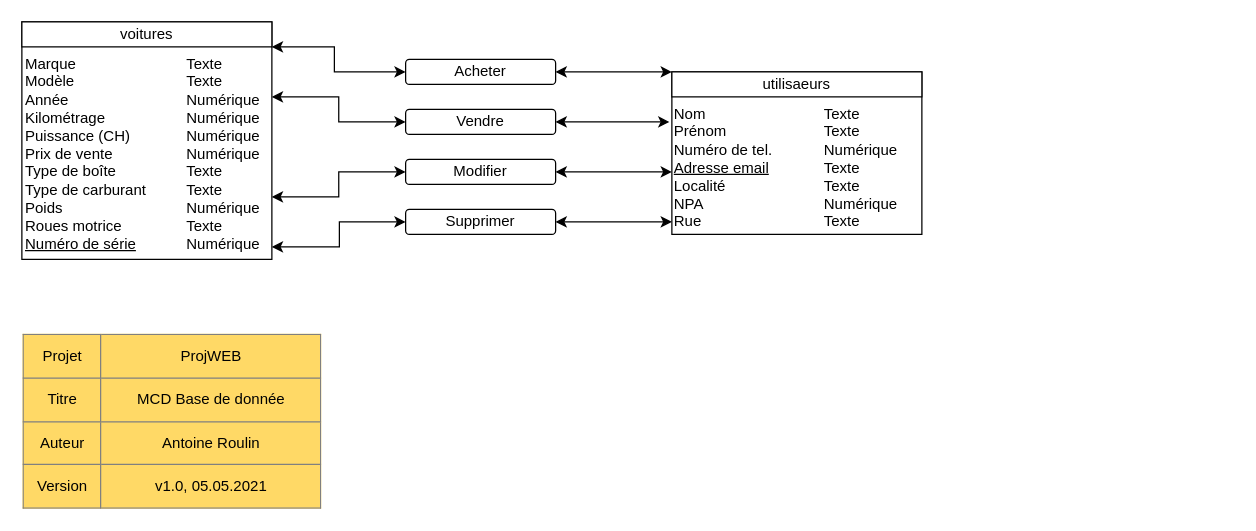
The draw.io diagram doc/MCD/MCD_ProjWEB_CLASSICCAR_ARN-NED.drawio in NicolasGlassey/PROJWEB-INFOWEB, before the edit. Source tidied: cells renumbered, new cells numbered last; positions are measured from the earlier drawing's top-left corner, leaving out a move shared by most shapes. Both pictures are drawn from the tidied source at 125%, with x=0, y=0 at pixel (21, 21).
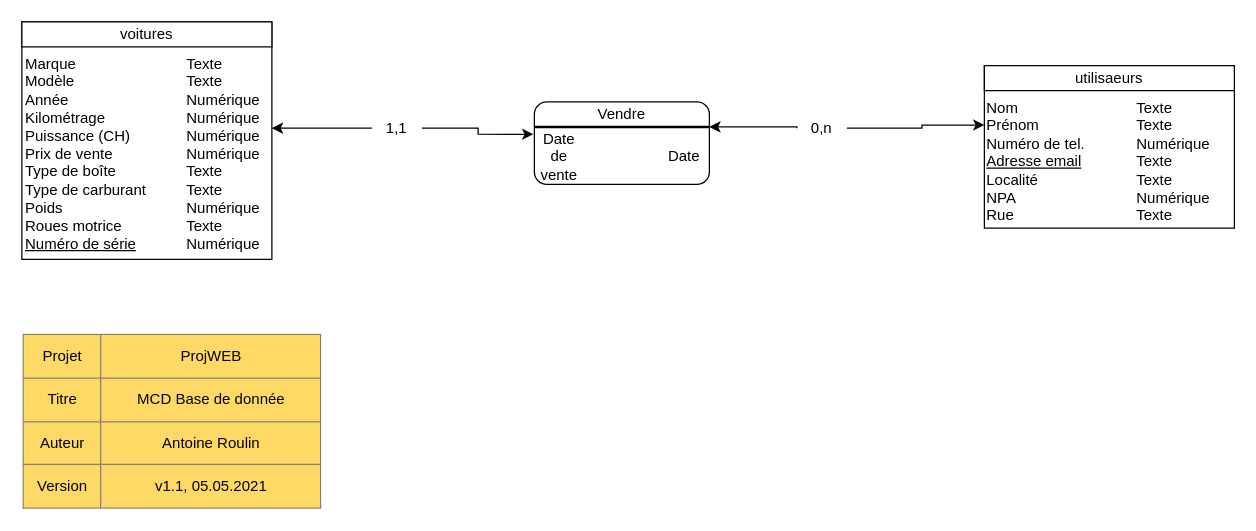
Above is the later version.

Commit message:
Fin du MCD

The change refers to these unchanged cells:
```xml
<mxCell id="5" value="Texte&lt;br&gt;Texte&lt;br&gt;Numérique&lt;br&gt;Numérique&lt;br&gt;Numérique&lt;br&gt;Numérique&lt;br&gt;Texte&lt;br&gt;Texte&lt;br&gt;Numérique&lt;br&gt;Texte&lt;br&gt;Numérique" style="text;html=1;strokeColor=none;fillColor=none;align=left;verticalAlign=top;whiteSpace=wrap;rounded=0;" parent="1" vertex="1">
  <mxGeometry x="130" y="20" width="70" height="160" as="geometry" />
</mxCell>
```

Change to the diagram source:
```diff
@@
     <mxCell id="6" value="&lt;div style=&quot;box-sizing: border-box ; width: 100% ; padding: 2px&quot;&gt;&lt;br&gt;&lt;/div&gt;" style="verticalAlign=top;align=center;overflow=fill;html=1;rounded=0;shadow=0;comic=0;labelBackgroundColor=none;strokeColor=#000000;strokeWidth=1;fillColor=#ffffff;fontFamily=Verdana;fontSize=12;fontColor=#000000;" parent="1" vertex="1">
-      <mxGeometry x="520" y="40" width="200" height="130" as="geometry" />
+      <mxGeometry x="770" y="35" width="200" height="130" as="geometry" />
     </mxCell>
     <mxCell id="7" value="utilisaeurs" style="rounded=0;whiteSpace=wrap;html=1;" parent="1" vertex="1">
-      <mxGeometry x="520" y="40" width="200" height="20" as="geometry" />
+      <mxGeometry x="770" y="35" width="200" height="20" as="geometry" />
     </mxCell>
     <mxCell id="8" value="Nom&lt;br&gt;Prénom&lt;br&gt;Numéro de tel.&lt;br&gt;&lt;u&gt;Adresse email&lt;/u&gt;&lt;br&gt;Localité&lt;br&gt;NPA&lt;br&gt;Rue" style="text;html=1;strokeColor=none;fillColor=none;align=left;verticalAlign=top;whiteSpace=wrap;rounded=0;" parent="1" vertex="1">
-      <mxGeometry x="520" y="60" width="100" height="110" as="geometry" />
+      <mxGeometry x="770" y="55" width="100" height="110" as="geometry" />
     </mxCell>
     <mxCell id="9" value="Texte&lt;br&gt;Texte&lt;br&gt;Numérique&lt;br&gt;Texte&lt;br&gt;Texte&lt;br&gt;Numérique&lt;br&gt;Texte" style="text;html=1;strokeColor=none;fillColor=none;align=left;verticalAlign=top;whiteSpace=wrap;rounded=0;" parent="1" vertex="1">
-      <mxGeometry x="640" y="60" width="80" height="110" as="geometry" />
+      <mxGeometry x="890" y="55" width="80" height="110" as="geometry" />
     </mxCell>
-    <mxCell id="10" style="rounded=1;whiteSpace=wrap;html=1;" parent="1" vertex="1">
-      <mxGeometry x="307" y="30" width="120" height="20" as="geometry" />
-    </mxCell>
-    <mxCell id="11" value="Acheter" style="text;html=1;strokeColor=none;fillColor=none;align=center;verticalAlign=middle;whiteSpace=wrap;rounded=0;" parent="1" vertex="1">
-      <mxGeometry x="307" y="30" width="120" height="20" as="geometry" />
-    </mxCell>
     <mxCell id="12" style="rounded=1;whiteSpace=wrap;html=1;" parent="1" vertex="1">
-      <mxGeometry x="307" y="70" width="120" height="20" as="geometry" />
+      <mxGeometry x="410" y="64" width="140" height="66" as="geometry" />
     </mxCell>
     <mxCell id="13" value="Vendre" style="text;html=1;strokeColor=none;fillColor=none;align=center;verticalAlign=middle;whiteSpace=wrap;rounded=0;" parent="1" vertex="1">
-      <mxGeometry x="307" y="70" width="120" height="20" as="geometry" />
+      <mxGeometry x="420" y="64" width="120" height="20" as="geometry" />
     </mxCell>
-    <mxCell id="14" style="rounded=1;whiteSpace=wrap;html=1;" parent="1" vertex="1">
-      <mxGeometry x="307" y="110" width="120" height="20" as="geometry" />
-    </mxCell>
-    <mxCell id="15" value="Modifier" style="text;html=1;strokeColor=none;fillColor=none;align=center;verticalAlign=middle;whiteSpace=wrap;rounded=0;" parent="1" vertex="1">
-      <mxGeometry x="307" y="110" width="120" height="20" as="geometry" />
-    </mxCell>
-    <mxCell id="16" style="rounded=1;whiteSpace=wrap;html=1;" parent="1" vertex="1">
-      <mxGeometry x="307" y="150" width="120" height="20" as="geometry" />
-    </mxCell>
-    <mxCell id="17" value="Supprimer" style="text;html=1;strokeColor=none;fillColor=none;align=center;verticalAlign=middle;whiteSpace=wrap;rounded=0;" parent="1" vertex="1">
-      <mxGeometry x="307" y="150" width="120" height="20" as="geometry" />
-    </mxCell>
-    <mxCell id="18" style="endArrow=classic;startArrow=classic;html=1;rounded=0;edgeStyle=orthogonalEdgeStyle;entryX=0;entryY=0.5;entryDx=0;entryDy=0;exitX=1;exitY=1;exitDx=0;exitDy=0;" parent="1" edge="1" source="5" target="17">
-      <mxGeometry relative="1" as="geometry">
-        <Array as="points">
-          <mxPoint x="254" y="180" />
-          <mxPoint x="254" y="160" />
-        </Array>
-      </mxGeometry>
-    </mxCell>
-    <mxCell id="19" style="endArrow=classic;startArrow=classic;html=1;rounded=0;edgeStyle=orthogonalEdgeStyle;entryX=0;entryY=0.5;entryDx=0;entryDy=0;exitX=1;exitY=0.75;exitDx=0;exitDy=0;" parent="1" edge="1" source="5" target="15">
-      <mxGeometry relative="1" as="geometry" />
-    </mxCell>
-    <mxCell id="20" style="endArrow=classic;startArrow=classic;html=1;rounded=0;edgeStyle=orthogonalEdgeStyle;entryX=0;entryY=0.5;entryDx=0;entryDy=0;exitX=1;exitY=0.25;exitDx=0;exitDy=0;" parent="1" edge="1" source="5" target="13">
-      <mxGeometry relative="1" as="geometry" />
-    </mxCell>
-    <mxCell id="21" style="endArrow=classic;startArrow=classic;html=1;rounded=0;edgeStyle=orthogonalEdgeStyle;exitX=1;exitY=0;exitDx=0;exitDy=0;entryX=0;entryY=0.5;entryDx=0;entryDy=0;" parent="1" edge="1" source="5" target="11">
-      <mxGeometry relative="1" as="geometry">
-        <Array as="points">
-          <mxPoint x="250" y="20" />
-          <mxPoint x="250" y="40" />
-        </Array>
-      </mxGeometry>
-    </mxCell>
-    <mxCell id="22" style="endArrow=classic;startArrow=classic;html=1;rounded=0;edgeStyle=orthogonalEdgeStyle;exitX=1;exitY=0.5;exitDx=0;exitDy=0;entryX=0;entryY=0;entryDx=0;entryDy=0;" parent="1" edge="1" source="11" target="7">
-      <mxGeometry relative="1" as="geometry">
-        <Array as="points">
-          <mxPoint x="500" y="40" />
-          <mxPoint x="500" y="40" />
-        </Array>
-      </mxGeometry>
-    </mxCell>
-    <mxCell id="23" style="endArrow=classic;startArrow=classic;html=1;rounded=0;edgeStyle=orthogonalEdgeStyle;exitX=1;exitY=0.5;exitDx=0;exitDy=0;" parent="1" edge="1" source="15">
-      <mxGeometry relative="1" as="geometry">
-        <mxPoint x="520" y="120" as="targetPoint" />
-        <Array as="points">
-          <mxPoint x="520" y="120" />
-        </Array>
-      </mxGeometry>
-    </mxCell>
-    <mxCell id="24" style="endArrow=classic;startArrow=classic;html=1;rounded=0;edgeStyle=orthogonalEdgeStyle;exitX=1;exitY=0.5;exitDx=0;exitDy=0;entryX=-0.02;entryY=0.182;entryDx=0;entryDy=0;entryPerimeter=0;" parent="1" edge="1" source="13" target="8">
-      <mxGeometry relative="1" as="geometry">
-        <Array as="points">
-          <mxPoint x="500" y="80" />
-          <mxPoint x="500" y="80" />
-        </Array>
-      </mxGeometry>
-    </mxCell>
-    <mxCell id="25" style="endArrow=classic;startArrow=classic;html=1;rounded=0;edgeStyle=orthogonalEdgeStyle;exitX=1;exitY=0.5;exitDx=0;exitDy=0;entryX=0;entryY=0.909;entryDx=0;entryDy=0;entryPerimeter=0;" parent="1" edge="1" source="17" target="8">
-      <mxGeometry relative="1" as="geometry" />
-    </mxCell>
-    <mxCell id="26" value="&lt;table border=&quot;1&quot; width=&quot;100%&quot; style=&quot;width: 100% ; height: 100% ; border-collapse: collapse&quot;&gt;&lt;tbody&gt;&lt;tr&gt;&lt;td align=&quot;center&quot;&gt;Projet&lt;/td&gt;&lt;td align=&quot;center&quot;&gt;ProjWEB&lt;/td&gt;&lt;/tr&gt;&lt;tr&gt;&lt;td align=&quot;center&quot;&gt;Titre&lt;/td&gt;&lt;td align=&quot;center&quot;&gt;MCD Base de donnée&lt;/td&gt;&lt;/tr&gt;&lt;tr&gt;&lt;td align=&quot;center&quot;&gt;Auteur&lt;/td&gt;&lt;td align=&quot;center&quot;&gt;Antoine Roulin&lt;/td&gt;&lt;/tr&gt;&lt;tr&gt;&lt;td style=&quot;text-align: center&quot;&gt;Version&lt;/td&gt;&lt;td style=&quot;text-align: center&quot;&gt;v1.0, 05.05.2021&lt;/td&gt;&lt;/tr&gt;&lt;/tbody&gt;&lt;/table&gt;" style="text;html=1;overflow=fill;labelBackgroundColor=#FFD966;" parent="1" vertex="1">
+    <mxCell id="26" value="&lt;table border=&quot;1&quot; width=&quot;100%&quot; style=&quot;width: 100% ; height: 100% ; border-collapse: collapse&quot;&gt;&lt;tbody&gt;&lt;tr&gt;&lt;td align=&quot;center&quot;&gt;Projet&lt;/td&gt;&lt;td align=&quot;center&quot;&gt;ProjWEB&lt;/td&gt;&lt;/tr&gt;&lt;tr&gt;&lt;td align=&quot;center&quot;&gt;Titre&lt;/td&gt;&lt;td align=&quot;center&quot;&gt;MCD Base de donnée&lt;/td&gt;&lt;/tr&gt;&lt;tr&gt;&lt;td align=&quot;center&quot;&gt;Auteur&lt;/td&gt;&lt;td align=&quot;center&quot;&gt;Antoine Roulin&lt;/td&gt;&lt;/tr&gt;&lt;tr&gt;&lt;td style=&quot;text-align: center&quot;&gt;Version&lt;/td&gt;&lt;td style=&quot;text-align: center&quot;&gt;v1.1, 05.05.2021&lt;/td&gt;&lt;/tr&gt;&lt;/tbody&gt;&lt;/table&gt;" style="text;html=1;overflow=fill;labelBackgroundColor=#FFD966;" parent="1" vertex="1">
       <mxGeometry x="1" y="250" width="239" height="140" as="geometry" />
     </mxCell>
+    <mxCell id="27" value="1,1" style="text;html=1;strokeColor=none;fillColor=none;align=center;verticalAlign=middle;whiteSpace=wrap;rounded=0;" parent="1" vertex="1">
+      <mxGeometry x="280" y="72.5" width="40" height="25" as="geometry" />
+    </mxCell>
+    <mxCell id="28" style="endArrow=classic;html=1;rounded=0;edgeStyle=orthogonalEdgeStyle;entryX=1.017;entryY=0.116;entryDx=0;entryDy=0;exitX=0;exitY=0.5;exitDx=0;exitDy=0;entryPerimeter=0;fontStyle=1;" parent="1" edge="1" source="27">
+      <mxGeometry relative="1" as="geometry">
+        <mxPoint x="200" y="85" as="targetPoint" />
+      </mxGeometry>
+    </mxCell>
+    <mxCell id="29" value="0,n" style="text;html=1;strokeColor=none;fillColor=none;align=center;verticalAlign=middle;whiteSpace=wrap;rounded=0;" parent="1" vertex="1">
+      <mxGeometry x="620" y="75" width="40" height="20" as="geometry" />
+    </mxCell>
+    <mxCell id="30" style="endArrow=classic;html=1;rounded=0;edgeStyle=orthogonalEdgeStyle;exitX=1;exitY=0.5;exitDx=0;exitDy=0;entryX=0;entryY=0.25;entryDx=0;entryDy=0;" parent="1" edge="1" source="29" target="8">
+      <mxGeometry relative="1" as="geometry">
+        <Array as="points">
+          <mxPoint x="720" y="85" />
+          <mxPoint x="720" y="83" />
+        </Array>
+      </mxGeometry>
+    </mxCell>
+    <mxCell id="31" style="line;strokeWidth=2;html=1;" parent="1" vertex="1">
+      <mxGeometry x="410" y="79" width="140" height="10" as="geometry" />
+    </mxCell>
+    <mxCell id="32" style="endArrow=classic;html=1;rounded=0;edgeStyle=orthogonalEdgeStyle;entryX=-0.006;entryY=0.393;entryDx=0;entryDy=0;exitX=1;exitY=0.5;exitDx=0;exitDy=0;entryPerimeter=0;fontStyle=1;" parent="1" edge="1" source="27" target="12">
+      <mxGeometry relative="1" as="geometry" />
+    </mxCell>
+    <mxCell id="33" style="endArrow=classic;html=1;rounded=0;edgeStyle=orthogonalEdgeStyle;entryX=1;entryY=0.5;entryDx=0;entryDy=0;entryPerimeter=0;exitX=0;exitY=0.5;exitDx=0;exitDy=0;" parent="1" edge="1" source="29" target="31">
+      <mxGeometry relative="1" as="geometry">
+        <Array as="points">
+          <mxPoint x="620" y="84" />
+        </Array>
+      </mxGeometry>
+    </mxCell>
+    <mxCell id="34" value="Date de vente" style="text;html=1;strokeColor=none;fillColor=none;align=center;verticalAlign=middle;whiteSpace=wrap;rounded=0;" parent="1" vertex="1">
+      <mxGeometry x="410" y="97.5" width="40" height="20" as="geometry" />
+    </mxCell>
+    <mxCell id="35" value="Date" style="text;html=1;strokeColor=none;fillColor=none;align=center;verticalAlign=middle;whiteSpace=wrap;rounded=0;" parent="1" vertex="1">
+      <mxGeometry x="510" y="97.5" width="40" height="20" as="geometry" />
+    </mxCell>
```
